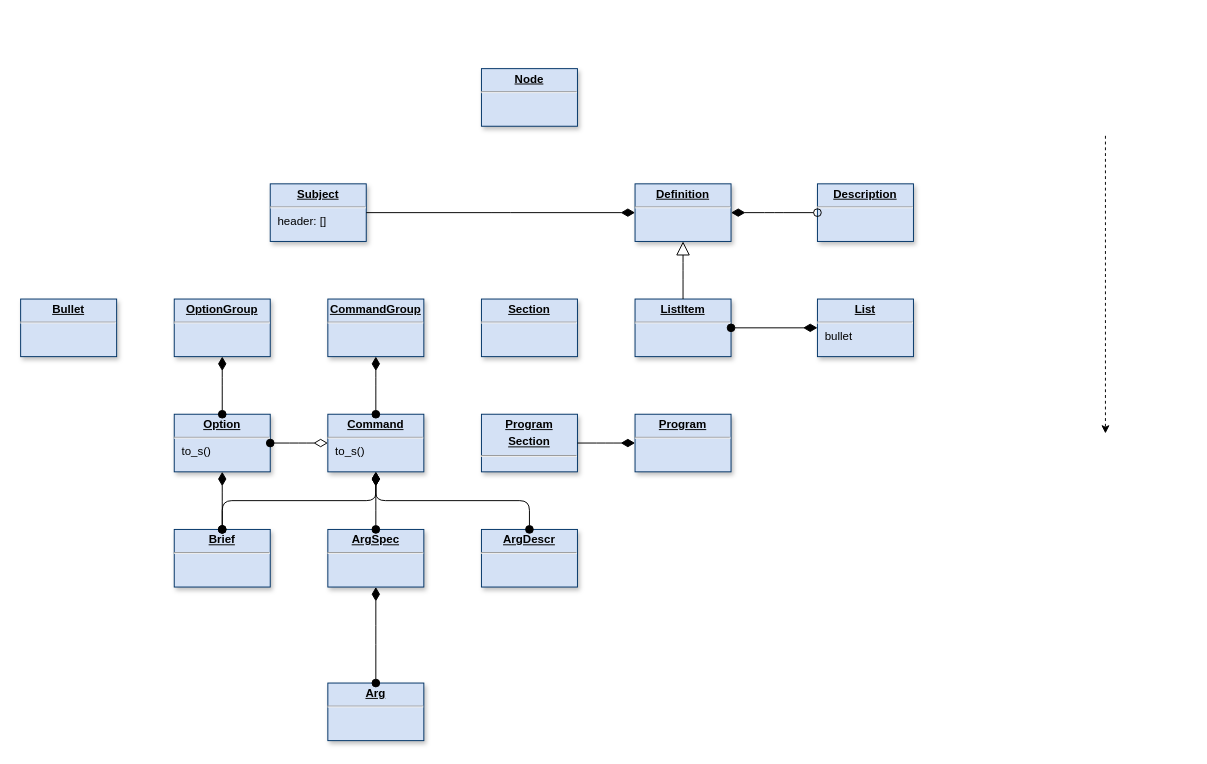
Before: page "Page-6" (6 of 6) of doc/diagram.drawio in clrgit/shellopts, a draw.io diagram. Source tidied: cells renumbered, new cells numbered last; positions are measured from the earlier drawing's top-left corner, leaving out a move shared by most shapes. Both pictures are drawn from the tidied source at 96%, with x=0, y=0 at pixel (20, 68).
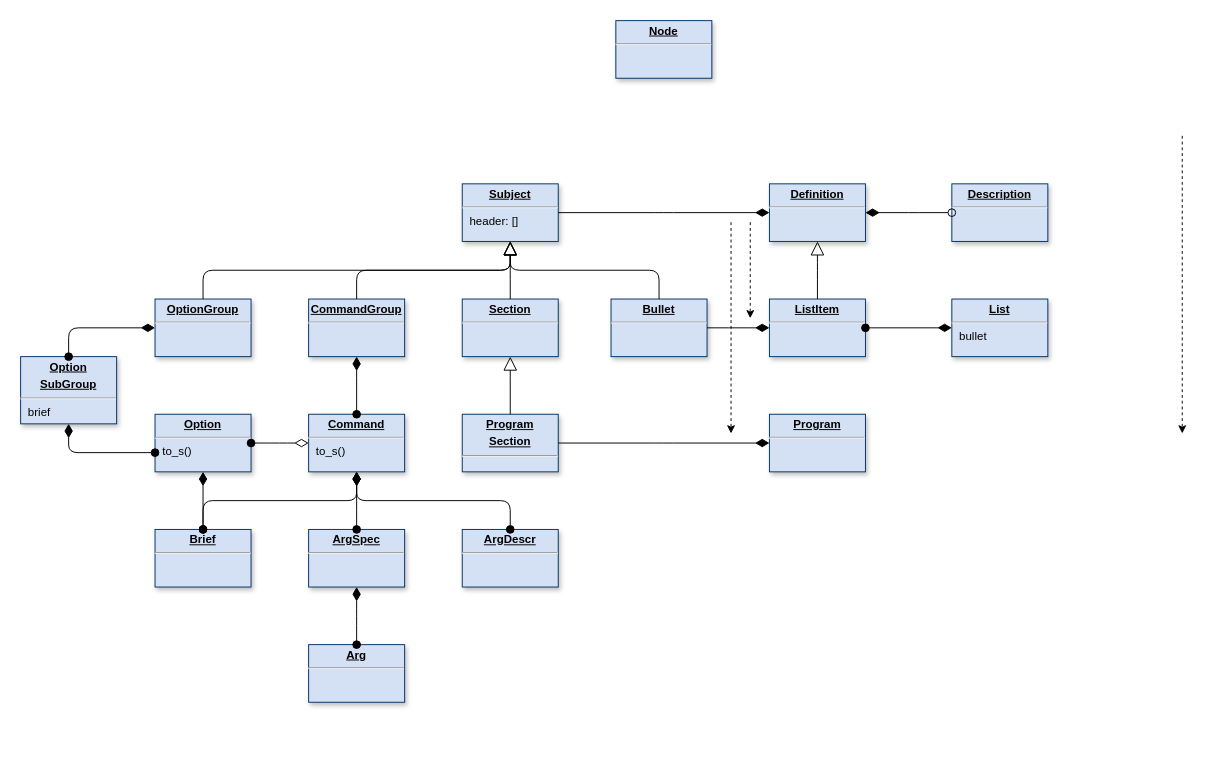
The same diagram, later.

Diff of the diagram source:
```diff
@@
     <mxCell id="2" value="&lt;p style=&quot;margin: 0px ; margin-top: 4px ; text-align: center ; text-decoration: underline&quot;&gt;&lt;b&gt;Definition&lt;/b&gt;&lt;/p&gt;&lt;hr&gt;&lt;p style=&quot;margin: 0px ; margin-left: 8px&quot;&gt;&lt;br&gt;&lt;/p&gt;" style="verticalAlign=top;align=left;overflow=fill;fontSize=12;fontFamily=Helvetica;html=1;shadow=1;strokeColor=#003366;fillColor=#D4E1F5;" parent="1" vertex="1">
-      <mxGeometry x="640" y="120" width="100" height="60" as="geometry" />
+      <mxGeometry x="780" y="120" width="100" height="60" as="geometry" />
     </mxCell>
     <mxCell id="3" value="&lt;p style=&quot;margin: 0px ; margin-top: 4px ; text-align: center ; text-decoration: underline&quot;&gt;&lt;b&gt;Subject&lt;/b&gt;&lt;/p&gt;&lt;hr&gt;&lt;p style=&quot;margin: 0px ; margin-left: 8px&quot;&gt;header: []&lt;/p&gt;" style="verticalAlign=top;align=left;overflow=fill;fontSize=12;fontFamily=Helvetica;html=1;shadow=1;strokeColor=#003366;fillColor=#D4E1F5;" parent="1" vertex="1">
-      <mxGeometry x="260" y="120" width="100" height="60" as="geometry" />
+      <mxGeometry x="460" y="120" width="100" height="60" as="geometry" />
     </mxCell>
     <mxCell id="4" value="&lt;p style=&quot;margin: 0px ; margin-top: 4px ; text-align: center ; text-decoration: underline&quot;&gt;&lt;b&gt;Description&lt;/b&gt;&lt;/p&gt;&lt;hr&gt;&lt;p style=&quot;margin: 0px ; margin-left: 8px&quot;&gt;&lt;br&gt;&lt;/p&gt;" style="verticalAlign=top;align=left;overflow=fill;fontSize=12;fontFamily=Helvetica;html=1;shadow=1;strokeColor=#003366;fillColor=#D4E1F5;" parent="1" vertex="1">
-      <mxGeometry x="830" y="120" width="100" height="60" as="geometry" />
+      <mxGeometry x="970" y="120" width="100" height="60" as="geometry" />
     </mxCell>
     <mxCell id="5" value="&lt;p style=&quot;margin: 0px ; margin-top: 4px ; text-align: center ; text-decoration: underline&quot;&gt;&lt;b&gt;OptionGroup&lt;/b&gt;&lt;/p&gt;&lt;hr&gt;&lt;p style=&quot;margin: 0px ; margin-left: 8px&quot;&gt;&lt;br&gt;&lt;/p&gt;" style="verticalAlign=top;align=left;overflow=fill;fontSize=12;fontFamily=Helvetica;html=1;shadow=1;strokeColor=#003366;fillColor=#D4E1F5;" parent="1" vertex="1">
-      <mxGeometry x="160" y="240" width="100" height="60" as="geometry" />
+      <mxGeometry x="140" y="240" width="100" height="60" as="geometry" />
     </mxCell>
     <mxCell id="6" value="&lt;p style=&quot;margin: 0px ; margin-top: 4px ; text-align: center ; text-decoration: underline&quot;&gt;&lt;b&gt;CommandGroup&lt;/b&gt;&lt;/p&gt;&lt;hr&gt;&lt;p style=&quot;margin: 0px ; margin-left: 8px&quot;&gt;&lt;br&gt;&lt;/p&gt;" style="verticalAlign=top;align=left;overflow=fill;fontSize=12;fontFamily=Helvetica;html=1;shadow=1;strokeColor=#003366;fillColor=#D4E1F5;" parent="1" vertex="1">
-      <mxGeometry x="320" y="240" width="100" height="60" as="geometry" />
+      <mxGeometry x="300" y="240" width="100" height="60" as="geometry" />
     </mxCell>
     <mxCell id="7" value="&lt;p style=&quot;margin: 0px ; margin-top: 4px ; text-align: center ; text-decoration: underline&quot;&gt;&lt;b&gt;Section&lt;/b&gt;&lt;/p&gt;&lt;hr&gt;&lt;p style=&quot;margin: 0px ; margin-left: 8px&quot;&gt;&lt;br&gt;&lt;/p&gt;" style="verticalAlign=top;align=left;overflow=fill;fontSize=12;fontFamily=Helvetica;html=1;shadow=1;strokeColor=#003366;fillColor=#D4E1F5;" parent="1" vertex="1">
-      <mxGeometry x="480" y="240" width="100" height="60" as="geometry" />
+      <mxGeometry x="460" y="240" width="100" height="60" as="geometry" />
     </mxCell>
     <mxCell id="8" value="&lt;p style=&quot;margin: 0px ; margin-top: 4px ; text-align: center ; text-decoration: underline&quot;&gt;&lt;b&gt;List&lt;/b&gt;&lt;/p&gt;&lt;hr&gt;&lt;p style=&quot;margin: 0px ; margin-left: 8px&quot;&gt;bullet&lt;/p&gt;" style="verticalAlign=top;align=left;overflow=fill;fontSize=12;fontFamily=Helvetica;html=1;shadow=1;strokeColor=#003366;fillColor=#D4E1F5;" parent="1" vertex="1">
-      <mxGeometry x="830" y="240" width="100" height="60" as="geometry" />
+      <mxGeometry x="970" y="240" width="100" height="60" as="geometry" />
     </mxCell>
@@
     <mxCell id="11" value="&lt;p style=&quot;margin: 0px ; margin-top: 4px ; text-align: center ; text-decoration: underline&quot;&gt;&lt;b&gt;Option&lt;/b&gt;&lt;/p&gt;&lt;hr&gt;&lt;p style=&quot;margin: 0px ; margin-left: 8px&quot;&gt;to_s()&lt;/p&gt;" style="verticalAlign=top;align=left;overflow=fill;fontSize=12;fontFamily=Helvetica;html=1;shadow=1;strokeColor=#003366;fillColor=#D4E1F5;" parent="1" vertex="1">
-      <mxGeometry x="160" y="360" width="100" height="60" as="geometry" />
+      <mxGeometry x="140" y="360" width="100" height="60" as="geometry" />
     </mxCell>
     <mxCell id="12" value="&lt;p style=&quot;margin: 0px ; margin-top: 4px ; text-align: center ; text-decoration: underline&quot;&gt;&lt;b&gt;Command&lt;/b&gt;&lt;/p&gt;&lt;hr&gt;&lt;p style=&quot;margin: 0px ; margin-left: 8px&quot;&gt;to_s()&lt;/p&gt;" style="verticalAlign=top;align=left;overflow=fill;fontSize=12;fontFamily=Helvetica;html=1;shadow=1;strokeColor=#003366;fillColor=#D4E1F5;" parent="1" vertex="1">
-      <mxGeometry x="320" y="360" width="100" height="60" as="geometry" />
+      <mxGeometry x="300" y="360" width="100" height="60" as="geometry" />
     </mxCell>
-    <mxCell id="13" style="endArrow=diamondThin;endFill=1;endSize=12;html=1;edgeStyle=elbowEdgeStyle;labelBackgroundColor=#FFFFFF;startSize=8;startArrow=oval;startFill=1;elbow=vertical;" parent="1" edge="1" source="11" target="5">
-      <mxGeometry relative="1" as="geometry" />
-    </mxCell>
@@
     <mxCell id="16" value="&lt;p style=&quot;margin: 0px ; margin-top: 4px ; text-align: center ; text-decoration: underline&quot;&gt;&lt;b&gt;Brief&lt;/b&gt;&lt;/p&gt;&lt;hr&gt;&lt;p style=&quot;margin: 0px ; margin-left: 8px&quot;&gt;&lt;br&gt;&lt;/p&gt;" style="verticalAlign=top;align=left;overflow=fill;fontSize=12;fontFamily=Helvetica;html=1;shadow=1;strokeColor=#003366;fillColor=#D4E1F5;" parent="1" vertex="1">
-      <mxGeometry x="160" y="480" width="100" height="60" as="geometry" />
+      <mxGeometry x="140" y="480" width="100" height="60" as="geometry" />
     </mxCell>
     <mxCell id="17" value="&lt;p style=&quot;margin: 0px ; margin-top: 4px ; text-align: center ; text-decoration: underline&quot;&gt;&lt;b&gt;ArgSpec&lt;/b&gt;&lt;/p&gt;&lt;hr&gt;&lt;p style=&quot;margin: 0px ; margin-left: 8px&quot;&gt;&lt;br&gt;&lt;/p&gt;" style="verticalAlign=top;align=left;overflow=fill;fontSize=12;fontFamily=Helvetica;html=1;shadow=1;strokeColor=#003366;fillColor=#D4E1F5;" parent="1" vertex="1">
-      <mxGeometry x="320" y="480" width="100" height="60" as="geometry" />
+      <mxGeometry x="300" y="480" width="100" height="60" as="geometry" />
     </mxCell>
     <mxCell id="18" value="&lt;p style=&quot;margin: 0px ; margin-top: 4px ; text-align: center ; text-decoration: underline&quot;&gt;&lt;b&gt;ArgDescr&lt;/b&gt;&lt;/p&gt;&lt;hr&gt;&lt;p style=&quot;margin: 0px ; margin-left: 8px&quot;&gt;&lt;br&gt;&lt;/p&gt;" style="verticalAlign=top;align=left;overflow=fill;fontSize=12;fontFamily=Helvetica;html=1;shadow=1;strokeColor=#003366;fillColor=#D4E1F5;" parent="1" vertex="1">
-      <mxGeometry x="480" y="480" width="100" height="60" as="geometry" />
+      <mxGeometry x="460" y="480" width="100" height="60" as="geometry" />
     </mxCell>
     <mxCell id="19" value="&lt;p style=&quot;margin: 0px ; margin-top: 4px ; text-align: center ; text-decoration: underline&quot;&gt;&lt;b&gt;Arg&lt;/b&gt;&lt;/p&gt;&lt;hr&gt;&lt;p style=&quot;margin: 0px ; margin-left: 8px&quot;&gt;&lt;br&gt;&lt;/p&gt;" style="verticalAlign=top;align=left;overflow=fill;fontSize=12;fontFamily=Helvetica;html=1;shadow=1;strokeColor=#003366;fillColor=#D4E1F5;" parent="1" vertex="1">
-      <mxGeometry x="320" y="640" width="100" height="60" as="geometry" />
+      <mxGeometry x="300" y="600" width="100" height="60" as="geometry" />
     </mxCell>
@@
     <mxCell id="25" value="&lt;p style=&quot;margin: 0px ; margin-top: 4px ; text-align: center ; text-decoration: underline&quot;&gt;&lt;b&gt;Program&lt;/b&gt;&lt;/p&gt;&lt;p style=&quot;margin: 0px ; margin-top: 4px ; text-align: center ; text-decoration: underline&quot;&gt;&lt;b&gt;Section&lt;/b&gt;&lt;/p&gt;&lt;hr&gt;&lt;p style=&quot;margin: 0px ; margin-left: 8px&quot;&gt;&lt;br&gt;&lt;/p&gt;" style="verticalAlign=top;align=left;overflow=fill;fontSize=12;fontFamily=Helvetica;html=1;shadow=1;strokeColor=#003366;fillColor=#D4E1F5;" parent="1" vertex="1">
-      <mxGeometry x="480" y="360" width="100" height="60" as="geometry" />
+      <mxGeometry x="460" y="360" width="100" height="60" as="geometry" />
     </mxCell>
     <mxCell id="26" value="&lt;p style=&quot;margin: 0px ; margin-top: 4px ; text-align: center ; text-decoration: underline&quot;&gt;&lt;b&gt;Program&lt;/b&gt;&lt;/p&gt;&lt;hr&gt;&lt;p style=&quot;margin: 0px ; margin-left: 8px&quot;&gt;&lt;br&gt;&lt;/p&gt;" style="verticalAlign=top;align=left;overflow=fill;fontSize=12;fontFamily=Helvetica;html=1;shadow=1;strokeColor=#003366;fillColor=#D4E1F5;" parent="1" vertex="1">
-      <mxGeometry x="640" y="360" width="100" height="60" as="geometry" />
+      <mxGeometry x="780" y="360" width="100" height="60" as="geometry" />
     </mxCell>
@@
     <mxCell id="28" style="endArrow=classic;html=1;dashed=1;" parent="1" edge="1">
       <mxGeometry relative="1" as="geometry">
-        <mxPoint x="1130" y="70" as="sourcePoint" />
-        <mxPoint x="1130" y="380" as="targetPoint" />
+        <mxPoint x="1210" y="70" as="sourcePoint" />
+        <mxPoint x="1210" y="380" as="targetPoint" />
       </mxGeometry>
     </mxCell>
     <mxCell id="29" value="&lt;p style=&quot;margin: 0px ; margin-top: 4px ; text-align: center ; text-decoration: underline&quot;&gt;&lt;b&gt;ListItem&lt;/b&gt;&lt;/p&gt;&lt;hr&gt;&lt;p style=&quot;margin: 0px ; margin-left: 8px&quot;&gt;&lt;br&gt;&lt;/p&gt;" style="verticalAlign=top;align=left;overflow=fill;fontSize=12;fontFamily=Helvetica;html=1;shadow=1;strokeColor=#003366;fillColor=#D4E1F5;" parent="1" vertex="1">
-      <mxGeometry x="640" y="240" width="100" height="60" as="geometry" />
+      <mxGeometry x="780" y="240" width="100" height="60" as="geometry" />
     </mxCell>
     <mxCell id="30" style="endArrow=diamondThin;endFill=1;endSize=12;html=1;edgeStyle=elbowEdgeStyle;labelBackgroundColor=#FFFFFF;startSize=8;startArrow=oval;startFill=1;elbow=vertical;" parent="1" edge="1" source="29" target="8">
       <mxGeometry relative="1" as="geometry">
         <Array as="points">
-          <mxPoint x="920" y="276" />
+          <mxPoint x="1060" y="276" />
         </Array>
       </mxGeometry>
     </mxCell>
@@
     <mxCell id="32" value="&lt;p style=&quot;margin: 0px ; margin-top: 4px ; text-align: center ; text-decoration: underline&quot;&gt;&lt;b&gt;Bullet&lt;/b&gt;&lt;/p&gt;&lt;hr&gt;&lt;p style=&quot;margin: 0px ; margin-left: 8px&quot;&gt;&lt;br&gt;&lt;/p&gt;" style="verticalAlign=top;align=left;overflow=fill;fontSize=12;fontFamily=Helvetica;html=1;shadow=1;strokeColor=#003366;fillColor=#D4E1F5;" parent="1" vertex="1">
-      <mxGeometry y="240" width="100" height="60" as="geometry" />
+      <mxGeometry x="615" y="240" width="100" height="60" as="geometry" />
     </mxCell>
     <mxCell id="33" value="&lt;p style=&quot;margin: 0px ; margin-top: 4px ; text-align: center ; text-decoration: underline&quot;&gt;&lt;b&gt;Node&lt;/b&gt;&lt;/p&gt;&lt;hr&gt;&lt;p style=&quot;margin: 0px ; margin-left: 8px&quot;&gt;&lt;br&gt;&lt;/p&gt;" style="verticalAlign=top;align=left;overflow=fill;fontSize=12;fontFamily=Helvetica;html=1;shadow=1;strokeColor=#003366;fillColor=#D4E1F5;" parent="1" vertex="1">
-      <mxGeometry x="480" width="100" height="60" as="geometry" />
+      <mxGeometry x="620" y="-50" width="100" height="60" as="geometry" />
     </mxCell>
+    <mxCell id="34" value="&lt;p style=&quot;margin: 0px ; margin-top: 4px ; text-align: center ; text-decoration: underline&quot;&gt;&lt;b&gt;Option&lt;/b&gt;&lt;/p&gt;&lt;p style=&quot;margin: 0px ; margin-top: 4px ; text-align: center ; text-decoration: underline&quot;&gt;&lt;b&gt;SubGroup&lt;/b&gt;&lt;/p&gt;&lt;hr&gt;&lt;p style=&quot;margin: 0px ; margin-left: 8px&quot;&gt;brief&lt;/p&gt;" style="verticalAlign=top;align=left;overflow=fill;fontSize=12;fontFamily=Helvetica;html=1;shadow=1;strokeColor=#003366;fillColor=#D4E1F5;" parent="1" vertex="1">
+      <mxGeometry y="300" width="100" height="70" as="geometry" />
+    </mxCell>
+    <mxCell id="13" style="endArrow=diamondThin;endFill=1;endSize=12;html=1;edgeStyle=elbowEdgeStyle;labelBackgroundColor=#FFFFFF;startSize=8;startArrow=oval;startFill=1;elbow=vertical;" parent="1" edge="1" source="34" target="5">
+      <mxGeometry relative="1" as="geometry">
+        <Array as="points">
+          <mxPoint x="110" y="270" />
+        </Array>
+      </mxGeometry>
+    </mxCell>
+    <mxCell id="35" style="endArrow=diamondThin;endFill=1;endSize=12;html=1;edgeStyle=elbowEdgeStyle;labelBackgroundColor=#FFFFFF;startSize=8;startArrow=oval;startFill=1;elbow=vertical;" parent="1" edge="1" source="11" target="34">
+      <mxGeometry relative="1" as="geometry">
+        <Array as="points">
+          <mxPoint x="50" y="400" />
+          <mxPoint x="110" y="390" />
+          <mxPoint x="50" y="330" />
+        </Array>
+      </mxGeometry>
+    </mxCell>
+    <mxCell id="36" style="endArrow=block;endFill=0;endSize=12;html=1;edgeStyle=elbowEdgeStyle;labelBackgroundColor=#FFFFFF;elbow=vertical;" parent="1" edge="1" source="25" target="7">
+      <mxGeometry relative="1" as="geometry" />
+    </mxCell>
+    <mxCell id="37" style="endArrow=block;endFill=0;endSize=12;html=1;edgeStyle=elbowEdgeStyle;labelBackgroundColor=#FFFFFF;elbow=vertical;" parent="1" edge="1" source="7" target="3">
+      <mxGeometry relative="1" as="geometry" />
+    </mxCell>
+    <mxCell id="38" style="endArrow=block;endFill=0;endSize=12;html=1;edgeStyle=elbowEdgeStyle;labelBackgroundColor=#FFFFFF;elbow=vertical;" parent="1" edge="1" source="6" target="3">
+      <mxGeometry relative="1" as="geometry" />
+    </mxCell>
+    <mxCell id="39" style="endArrow=block;endFill=0;endSize=12;html=1;edgeStyle=elbowEdgeStyle;labelBackgroundColor=#FFFFFF;elbow=vertical;" parent="1" edge="1" source="5" target="3">
+      <mxGeometry relative="1" as="geometry" />
+    </mxCell>
+    <mxCell id="40" style="endArrow=block;endFill=0;endSize=12;html=1;edgeStyle=elbowEdgeStyle;labelBackgroundColor=#FFFFFF;elbow=vertical;" parent="1" edge="1" source="32" target="3">
+      <mxGeometry relative="1" as="geometry" />
+    </mxCell>
+    <mxCell id="41" style="endArrow=diamondThin;endFill=1;endSize=12;html=1;edgeStyle=elbowEdgeStyle;labelBackgroundColor=#FFFFFF;startSize=8;startArrow=none;startFill=0;elbow=vertical;" parent="1" edge="1" source="32" target="29">
+      <mxGeometry relative="1" as="geometry" />
+    </mxCell>
+    <mxCell id="42" style="endArrow=classic;html=1;dashed=1;" parent="1" edge="1">
+      <mxGeometry relative="1" as="geometry">
+        <mxPoint x="760" y="160" as="sourcePoint" />
+        <mxPoint x="760" y="260" as="targetPoint" />
+      </mxGeometry>
+    </mxCell>
+    <mxCell id="43" style="endArrow=classic;html=1;dashed=1;" parent="1" edge="1">
+      <mxGeometry relative="1" as="geometry">
+        <mxPoint x="740" y="160" as="sourcePoint" />
+        <mxPoint x="740" y="380" as="targetPoint" />
+      </mxGeometry>
+    </mxCell>
```
